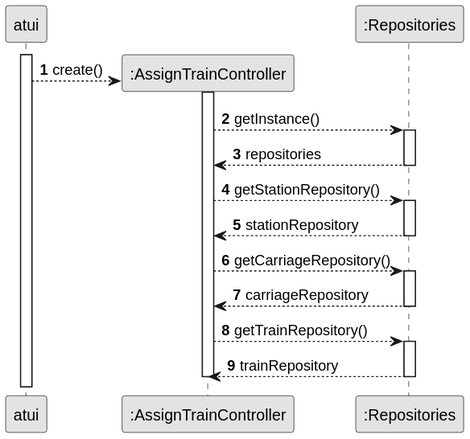
Above: docs/system-documentation/US010/03.design/svg/US010-Partial-SD-repositories.svg in goncalolopesp/sem2-pi-24.25-g093-repo (PlantUML), before the change. The source it was exported from:
```plantuml
@startuml
skinparam monochrome true
skinparam packageStyle rectangle
skinparam shadowing false

autonumber

activate atui

create ":AssignTrainController" as atc

participant ":Repositories" as repositories

atui --> atc : create()
activate atc

atc --> repositories : getInstance()
activate repositories

repositories --> atc : repositories
deactivate repositories

atc --> repositories : getStationRepository()
activate repositories

repositories --> atc : stationRepository
deactivate repositories

atc --> repositories : getCarriageRepository()
activate repositories

repositories --> atc : carriageRepository
deactivate repositories

atc --> repositories : getTrainRepository()
activate repositories

repositories --> atc : trainRepository
deactivate repositories
deactivate atc
@enduml
```
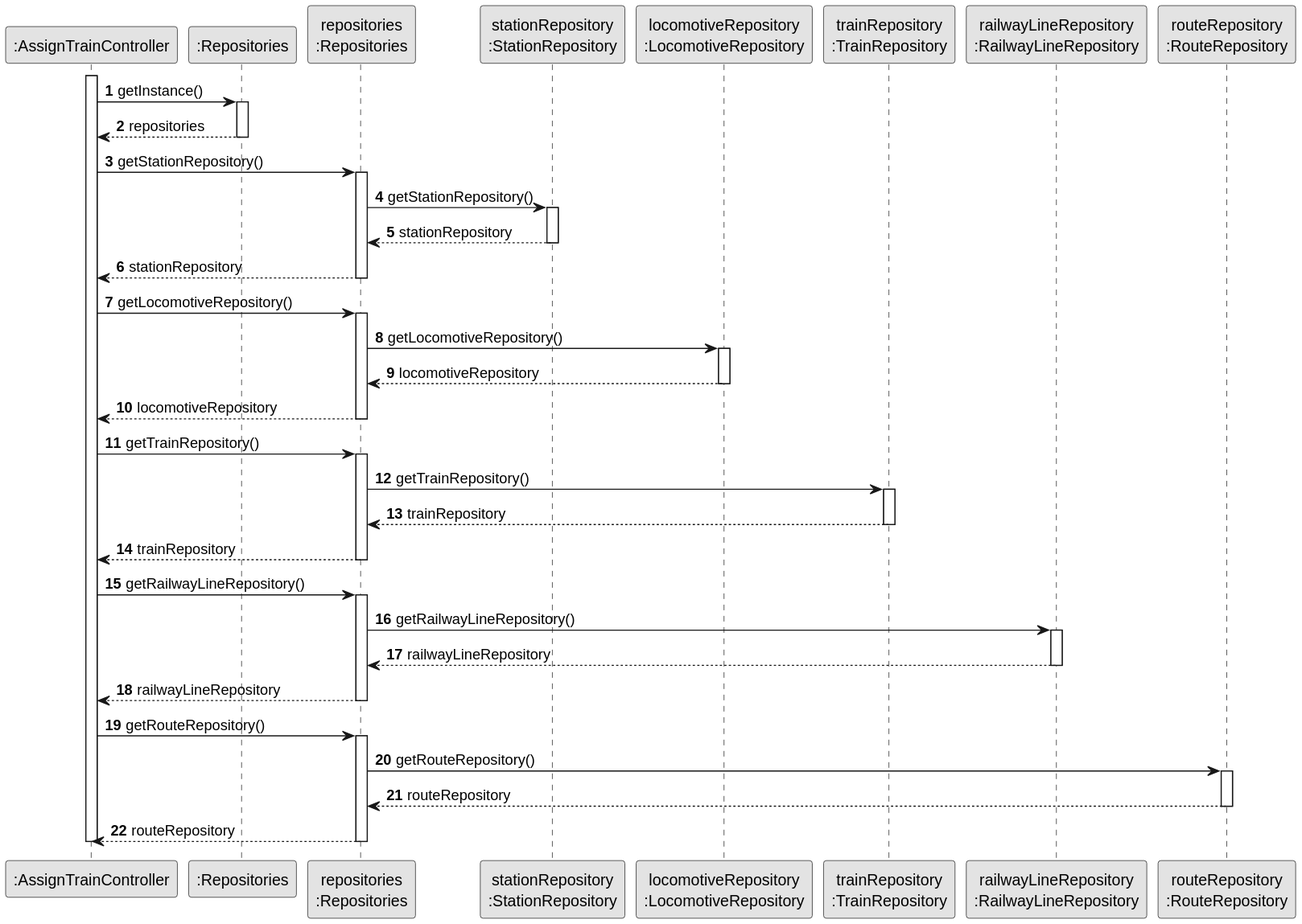
After the commit.

Commit message:
US010 (docs) - Updated the partial sequence diagrams

Change to the diagram source:
```diff
@@ -5,37 +5,81 @@
 
 autonumber
 
-activate atui
-
-create ":AssignTrainController" as atc
+participant ":AssignTrainController" as atc
+activate atc
 
 participant ":Repositories" as repositories
+participant "repositories\n:Repositories" as repo
+participant "stationRepository\n:StationRepository" as srepo
+participant "locomotiveRepository\n:LocomotiveRepository" as lrepo
+participant "trainRepository\n:TrainRepository" as trepo
+participant "railwayLineRepository\n:RailwayLineRepository" as rlrepo
+participant "routeRepository\n:RouteRepository" as rrepo
 
-atui --> atc : create()
-activate atc
-
-atc --> repositories : getInstance()
+atc -> repositories : getInstance()
 activate repositories
 
 repositories --> atc : repositories
 deactivate repositories
 
-atc --> repositories : getStationRepository()
-activate repositories
+atc -> repo : getStationRepository()
+activate repo
 
-repositories --> atc : stationRepository
-deactivate repositories
+repo -> srepo : getStationRepository()
+activate srepo
 
-atc --> repositories : getCarriageRepository()
-activate repositories
+srepo --> repo : stationRepository
+deactivate srepo
 
-repositories --> atc : carriageRepository
-deactivate repositories
+repo --> atc : stationRepository
+deactivate repo
 
-atc --> repositories : getTrainRepository()
-activate repositories
+atc -> repo : getLocomotiveRepository()
+activate repo
 
-repositories --> atc : trainRepository
-deactivate repositories
+repo -> lrepo : getLocomotiveRepository()
+activate lrepo
+
+lrepo --> repo : locomotiveRepository
+deactivate lrepo
+
+repo --> atc : locomotiveRepository
+deactivate repo
+
+atc -> repo : getTrainRepository()
+activate repo
+
+repo -> trepo : getTrainRepository()
+activate trepo
+
+trepo --> repo : trainRepository
+deactivate trepo
+
+repo --> atc : trainRepository
+deactivate repo
+
+atc -> repo : getRailwayLineRepository()
+activate repo
+
+repo -> rlrepo : getRailwayLineRepository()
+activate rlrepo
+
+rlrepo --> repo : railwayLineRepository
+deactivate rlrepo
+
+repo --> atc : railwayLineRepository
+deactivate repo
+
+atc -> repo : getRouteRepository()
+activate repo
+
+repo -> rrepo : getRouteRepository()
+activate rrepo
+
+rrepo --> repo : routeRepository
+deactivate rrepo
+
+repo --> atc : routeRepository
+deactivate repo
 deactivate atc
 @enduml
```
